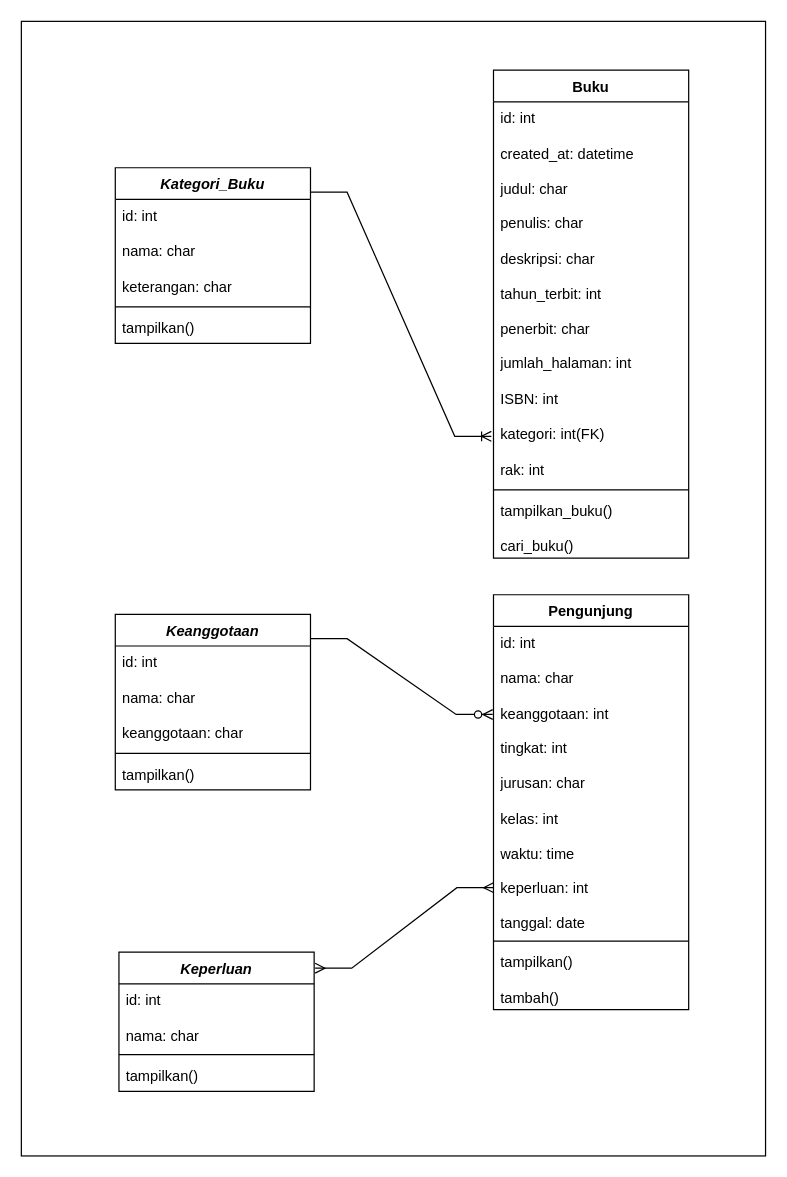
This is Class-diagaram.drawio from ZulpaAgustin/Perpus-Digital, a draw.io file, before an edit. Source tidied: cells renumbered, new cells numbered last; positions are measured from the earlier drawing's top-left corner, leaving out a move shared by most shapes. Both pictures are drawn from the tidied source at 122%, with x=0, y=0 at pixel (21, 21).
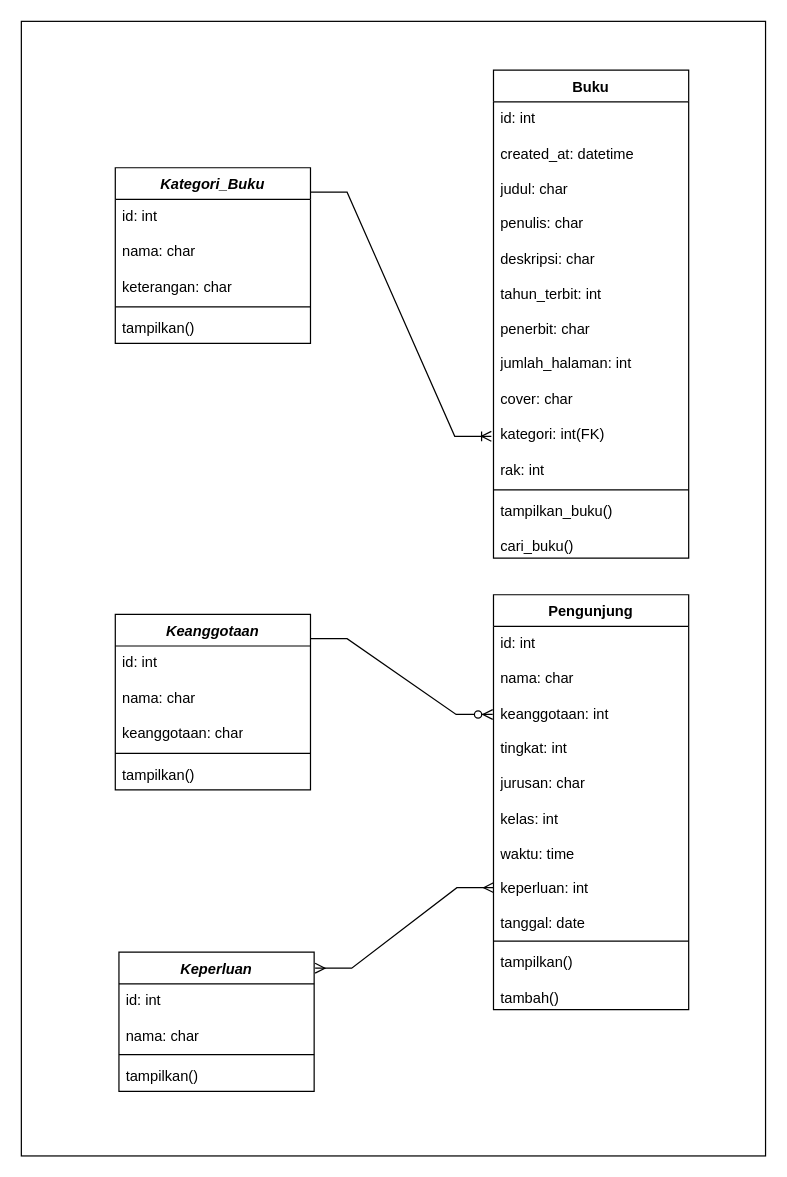
The same diagram, later.

The change refers to these unchanged cells:
```xml
<mxCell id="3" value="Buku" style="swimlane;fontStyle=1;align=center;verticalAlign=top;horizontal=1;startSize=26;whiteSpace=wrap;html=1;" parent="1" vertex="1">
  <mxGeometry x="387" y="40" width="160" height="400" as="geometry" />
</mxCell>
```

Change to the diagram source:
```diff
@@
-    <mxCell id="4" value="id: int&lt;br&gt;&lt;br&gt;created_at: datetime&lt;br&gt;&lt;br&gt;judul: char&lt;br&gt;&lt;br&gt;penulis: char&lt;br&gt;&lt;br&gt;deskripsi: char&lt;br&gt;&lt;br&gt;tahun_terbit: int&lt;br&gt;&lt;br&gt;penerbit: char&lt;br&gt;&lt;br&gt;jumlah_halaman: int&lt;br&gt;&lt;br&gt;ISBN: int&lt;br&gt;&lt;br&gt;kategori: int(FK)&lt;br&gt;&lt;br&gt;rak: int" style="text;strokeColor=none;fillColor=none;align=left;verticalAlign=top;spacingLeft=4;spacingRight=4;overflow=hidden;points=[[0,0.5],[1,0.5]];portConstraint=eastwest;whiteSpace=wrap;html=1;" parent="3" vertex="1">
+    <mxCell id="4" value="id: int&lt;br&gt;&lt;br&gt;created_at: datetime&lt;br&gt;&lt;br&gt;judul: char&lt;br&gt;&lt;br&gt;penulis: char&lt;br&gt;&lt;br&gt;deskripsi: char&lt;br&gt;&lt;br&gt;tahun_terbit: int&lt;br&gt;&lt;br&gt;penerbit: char&lt;br&gt;&lt;br&gt;jumlah_halaman: int&lt;br&gt;&lt;br&gt;cover: char&lt;br&gt;&lt;br&gt;kategori: int(FK)&lt;br&gt;&lt;br&gt;rak: int" style="text;strokeColor=none;fillColor=none;align=left;verticalAlign=top;spacingLeft=4;spacingRight=4;overflow=hidden;points=[[0,0.5],[1,0.5]];portConstraint=eastwest;whiteSpace=wrap;html=1;" parent="3" vertex="1">
       <mxGeometry y="26" width="160" height="314" as="geometry" />
     </mxCell>
```
